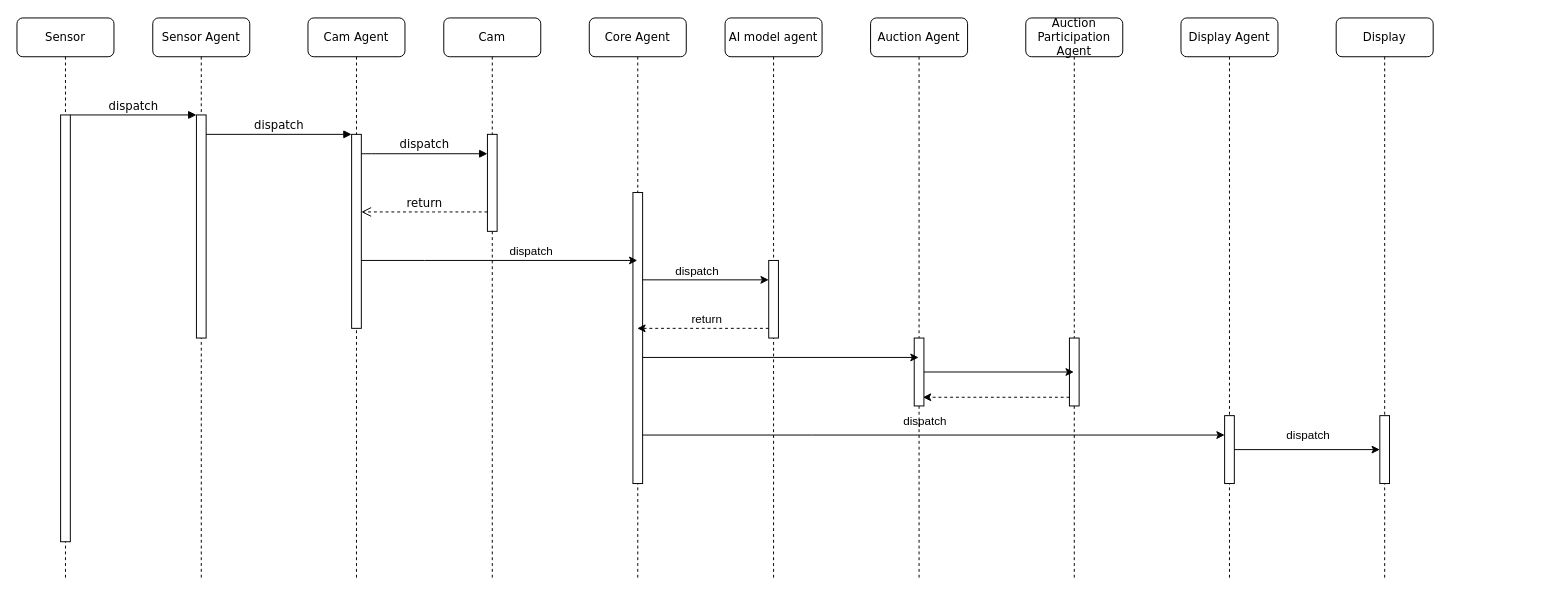
The draw.io diagram sequence.drawio in Summorox/Indoor-Media-Advertisements-through-Facial-Recognition-, before the edit. Source tidied: cells renumbered, new cells numbered last; positions are measured from the earlier drawing's top-left corner, leaving out a move shared by most shapes. Both pictures are drawn from the tidied source at 97%, with x=0, y=0 at pixel (16, 17).
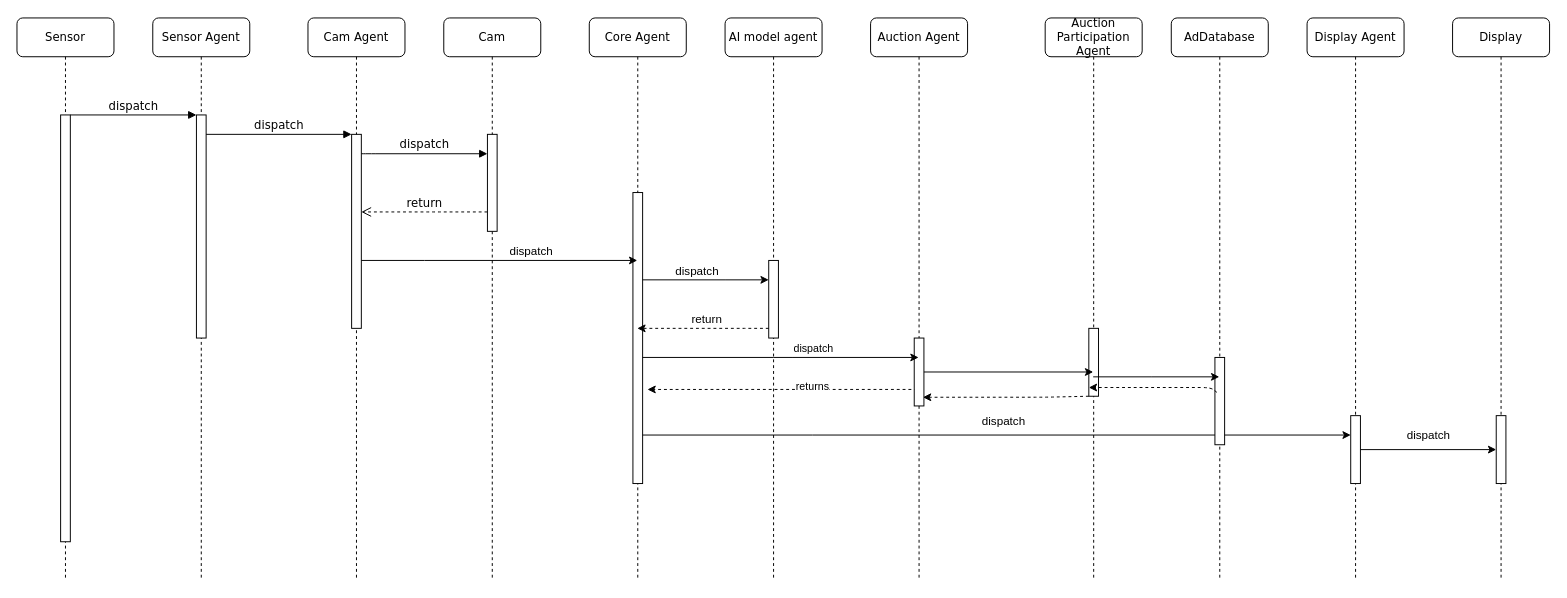
After the change.

The change refers to these unchanged cells:
```xml
<mxCell id="11" value="Core Agent" style="shape=umlLifeline;perimeter=lifelinePerimeter;whiteSpace=wrap;html=1;outlineConnect=0;rounded=1;shadow=0;comic=0;labelBackgroundColor=none;strokeWidth=1;fontFamily=Verdana;fontSize=12;align=center;" parent="1" vertex="1">
  <mxGeometry x="590" width="100" height="580" as="geometry" />
</mxCell>
<mxCell id="33" style="html=1;points=[];perimeter=orthogonalPerimeter;rounded=0;shadow=0;comic=0;labelBackgroundColor=none;strokeWidth=1;fontFamily=Verdana;fontSize=12;align=center;" parent="32" vertex="1">
  <mxGeometry x="45" y="330" width="10" height="70" as="geometry" />
</mxCell>
<mxCell id="36" style="edgeStyle=none;html=1;" parent="1" edge="1" source="12" target="32">
  <mxGeometry relative="1" as="geometry">
    <Array as="points">
      <mxPoint x="790" y="350" />
    </Array>
  </mxGeometry>
</mxCell>
```

The edit, as a diff of the source:
```diff
@@
     <mxCell id="9" value="Display Agent" style="shape=umlLifeline;perimeter=lifelinePerimeter;whiteSpace=wrap;html=1;rounded=1;shadow=0;comic=0;labelBackgroundColor=none;strokeWidth=1;fontFamily=Verdana;fontSize=12;align=center;" parent="1" vertex="1">
-      <mxGeometry x="1200" width="100" height="580" as="geometry" />
+      <mxGeometry x="1330" width="100" height="580" as="geometry" />
     </mxCell>
@@
+    <mxCell id="39" style="edgeStyle=none;html=1;dashed=1;exitX=0.3;exitY=0.757;exitDx=0;exitDy=0;exitPerimeter=0;" parent="11" edge="1" source="33">
+      <mxGeometry relative="1" as="geometry">
+        <mxPoint x="60" y="383" as="targetPoint" />
+      </mxGeometry>
+    </mxCell>
+    <mxCell id="40" value="returns" style="edgeLabel;html=1;align=center;verticalAlign=middle;" parent="39" vertex="1">
+      <mxGeometry x="-0.29" y="-3" relative="1" as="geometry">
+        <mxPoint x="-9" as="offset" />
+      </mxGeometry>
+    </mxCell>
@@
     <mxCell id="28" value="Display" style="shape=umlLifeline;perimeter=lifelinePerimeter;whiteSpace=wrap;html=1;rounded=1;shadow=0;comic=0;labelBackgroundColor=none;strokeWidth=1;fontFamily=Verdana;fontSize=12;align=center;" parent="1" vertex="1">
-      <mxGeometry x="1360" width="100" height="580" as="geometry" />
+      <mxGeometry x="1480" width="100" height="580" as="geometry" />
     </mxCell>
@@
     <mxCell id="34" value="Auction Participation Agent" style="shape=umlLifeline;perimeter=lifelinePerimeter;whiteSpace=wrap;html=1;outlineConnect=0;rounded=1;shadow=0;comic=0;labelBackgroundColor=none;strokeWidth=1;fontFamily=Verdana;fontSize=12;align=center;" parent="1" vertex="1">
-      <mxGeometry x="1040" width="100" height="580" as="geometry" />
+      <mxGeometry x="1060" width="100" height="580" as="geometry" />
     </mxCell>
     <mxCell id="35" style="html=1;points=[];perimeter=orthogonalPerimeter;rounded=0;shadow=0;comic=0;labelBackgroundColor=none;strokeWidth=1;fontFamily=Verdana;fontSize=12;align=center;" parent="34" vertex="1">
-      <mxGeometry x="45" y="330" width="10" height="70" as="geometry" />
+      <mxGeometry x="45" y="320" width="10" height="70" as="geometry" />
     </mxCell>
@@
+    <mxCell id="41" value="dispatch" style="edgeLabel;html=1;align=center;verticalAlign=middle;" parent="36" vertex="1">
+      <mxGeometry x="0.21" y="1" relative="1" as="geometry">
+        <mxPoint x="3" y="-9" as="offset" />
+      </mxGeometry>
+    </mxCell>
@@
     <mxCell id="38" style="edgeStyle=none;html=1;entryX=0.901;entryY=0.872;entryDx=0;entryDy=0;entryPerimeter=0;dashed=1;" parent="1" edge="1" source="35" target="33">
-      <mxGeometry relative="1" as="geometry" />
+      <mxGeometry relative="1" as="geometry">
+        <Array as="points">
+          <mxPoint x="1060" y="391" />
+        </Array>
+      </mxGeometry>
     </mxCell>
+    <mxCell id="42" value="AdDatabase" style="shape=umlLifeline;perimeter=lifelinePerimeter;whiteSpace=wrap;html=1;outlineConnect=0;rounded=1;shadow=0;comic=0;labelBackgroundColor=none;strokeWidth=1;fontFamily=Verdana;fontSize=12;align=center;" parent="1" vertex="1">
+      <mxGeometry x="1190" width="100" height="580" as="geometry" />
+    </mxCell>
+    <mxCell id="43" style="html=1;points=[];perimeter=orthogonalPerimeter;rounded=0;shadow=0;comic=0;labelBackgroundColor=none;strokeWidth=1;fontFamily=Verdana;fontSize=12;align=center;" parent="42" vertex="1">
+      <mxGeometry x="45" y="350" width="10" height="90" as="geometry" />
+    </mxCell>
+    <mxCell id="44" style="edgeStyle=none;html=1;entryX=0.901;entryY=0.872;entryDx=0;entryDy=0;entryPerimeter=0;dashed=1;exitX=0.2;exitY=0.4;exitDx=0;exitDy=0;exitPerimeter=0;" parent="42" edge="1" source="43">
+      <mxGeometry relative="1" as="geometry">
+        <mxPoint x="-85" y="381" as="targetPoint" />
+        <Array as="points">
+          <mxPoint x="41" y="381" />
+        </Array>
+      </mxGeometry>
+    </mxCell>
+    <mxCell id="45" style="endArrow=classic;html=1;rounded=0;" parent="1" edge="1" source="34" target="42">
+      <mxGeometry relative="1" as="geometry">
+        <Array as="points">
+          <mxPoint x="1170" y="370" />
+        </Array>
+      </mxGeometry>
+    </mxCell>
```
